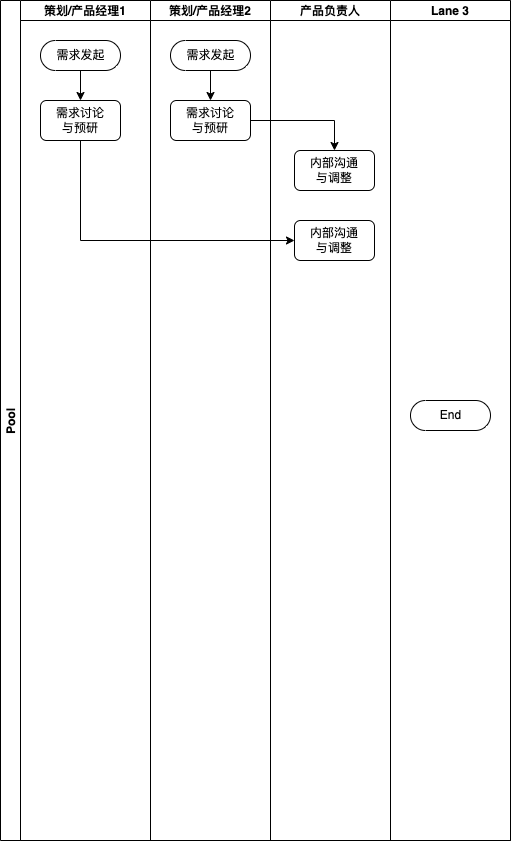
This is Untitled Diagram.drawio.png from derek964/the-economist-ebooks, a draw.io export, as it was before one commit. Source tidied: cells renumbered, new cells last; positions are measured from the earlier drawing's top-left corner, leaving out a move shared by most shapes.
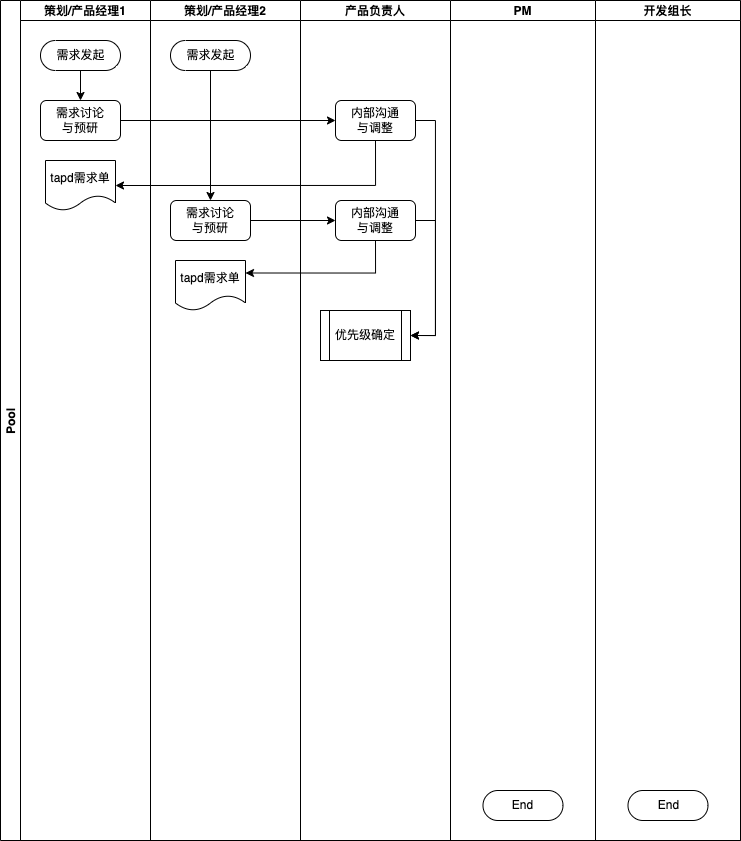
The same file after the commit.

What changed in the source:
```diff
@@ -3,7 +3,7 @@
     <mxCell id="0" />
     <mxCell id="1" parent="0" />
     <mxCell id="2" value="Pool" style="swimlane;startSize=20;horizontal=0;" parent="1" vertex="1">
-      <mxGeometry width="510" height="840" as="geometry" />
+      <mxGeometry width="740" height="840" as="geometry" />
     </mxCell>
     <mxCell id="3" value="策划/产品经理1" style="swimlane;startSize=20;" parent="2" vertex="1">
       <mxGeometry x="20" width="130" height="840" as="geometry" />
@@ -17,38 +17,70 @@
     <mxCell id="6" value="需求讨论&lt;br&gt;与预研" style="rounded=1;whiteSpace=wrap;html=1;" parent="3" vertex="1">
       <mxGeometry x="20" y="100" width="80" height="40" as="geometry" />
     </mxCell>
+    <mxCell id="18" value="tapd需求单" style="shape=document;whiteSpace=wrap;html=1;boundedLbl=1;" parent="3" vertex="1">
+      <mxGeometry x="25" y="160" width="70" height="50" as="geometry" />
+    </mxCell>
     <mxCell id="7" value="策划/产品经理2" style="swimlane;startSize=20;" parent="2" vertex="1">
-      <mxGeometry x="150" width="120" height="840" as="geometry" />
+      <mxGeometry x="150" width="150" height="840" as="geometry" />
     </mxCell>
     <mxCell id="8" value="需求发起" style="html=1;dashed=0;whitespace=wrap;shape=mxgraph.dfd.start;" parent="7" vertex="1">
       <mxGeometry x="20" y="40" width="80" height="30" as="geometry" />
     </mxCell>
     <mxCell id="9" value="需求讨论&lt;br&gt;与预研" style="rounded=1;whiteSpace=wrap;html=1;" parent="7" vertex="1">
-      <mxGeometry x="20" y="100" width="80" height="40" as="geometry" />
+      <mxGeometry x="20" y="200" width="80" height="40" as="geometry" />
     </mxCell>
     <mxCell id="10" style="edgeStyle=orthogonalEdgeStyle;rounded=0;jettySize=auto;html=1;" parent="7" edge="1" source="8" target="9">
       <mxGeometry relative="1" as="geometry" />
     </mxCell>
+    <mxCell id="19" value="tapd需求单" style="shape=document;whiteSpace=wrap;html=1;boundedLbl=1;" parent="7" vertex="1">
+      <mxGeometry x="25" y="260" width="70" height="50" as="geometry" />
+    </mxCell>
+    <mxCell id="16" style="edgeStyle=orthogonalEdgeStyle;rounded=0;jettySize=auto;html=1;" parent="2" edge="1" source="9" target="12">
+      <mxGeometry relative="1" as="geometry" />
+    </mxCell>
     <mxCell id="11" value="产品负责人" style="swimlane;startSize=20;" parent="2" vertex="1">
-      <mxGeometry x="270" width="120" height="840" as="geometry" />
+      <mxGeometry x="300" width="150" height="840" as="geometry" />
     </mxCell>
+    <mxCell id="20" style="edgeStyle=orthogonalEdgeStyle;rounded=0;jettySize=auto;html=1;exitX=1;exitY=0.5;exitDx=0;exitDy=0;entryX=1;entryY=0.5;entryDx=0;entryDy=0;" parent="11" edge="1" source="12" target="22">
+      <mxGeometry relative="1" as="geometry" />
+    </mxCell>
+    <mxCell id="13" value="内部沟通&lt;br&gt;与调整" style="rounded=1;whiteSpace=wrap;html=1;" parent="11" vertex="1">
+      <mxGeometry x="35" y="100" width="80" height="40" as="geometry" />
+    </mxCell>
     <mxCell id="12" value="内部沟通&lt;br&gt;与调整" style="rounded=1;whiteSpace=wrap;html=1;" parent="11" vertex="1">
-      <mxGeometry x="24" y="150" width="80" height="40" as="geometry" />
+      <mxGeometry x="35" y="200" width="80" height="40" as="geometry" />
     </mxCell>
-    <mxCell id="13" value="内部沟通&lt;br&gt;与调整" style="rounded=1;whiteSpace=wrap;html=1;" parent="11" vertex="1">
-      <mxGeometry x="24" y="220" width="80" height="40" as="geometry" />
-    </mxCell>
+    <mxCell id="21" style="edgeStyle=orthogonalEdgeStyle;rounded=0;jettySize=auto;html=1;exitX=1;exitY=0.5;exitDx=0;exitDy=0;entryX=1;entryY=0.5;entryDx=0;entryDy=0;" parent="11" edge="1" source="13" target="22">
+      <mxGeometry relative="1" as="geometry">
+        <Array as="points">
+          <mxPoint x="135" y="120" />
+          <mxPoint x="135" y="335" />
+        </Array>
+      </mxGeometry>
+    </mxCell>
+    <mxCell id="22" value="优先级确定" style="shape=process;whiteSpace=wrap;html=1;backgroundOutline=1;" parent="11" vertex="1">
+      <mxGeometry x="20" y="310" width="90" height="50" as="geometry" />
+    </mxCell>
-    <mxCell id="14" value="Lane 3" style="swimlane;startSize=20;" parent="2" vertex="1">
-      <mxGeometry x="390" width="120" height="840" as="geometry" />
+    <mxCell id="14" value="PM" style="swimlane;startSize=20;" parent="2" vertex="1">
+      <mxGeometry x="450" width="145" height="840" as="geometry" />
     </mxCell>
     <mxCell id="15" value="End" style="html=1;dashed=0;whitespace=wrap;shape=mxgraph.dfd.start;" parent="14" vertex="1">
-      <mxGeometry x="20" y="400" width="80" height="30" as="geometry" />
+      <mxGeometry x="32.5" y="790" width="80" height="30" as="geometry" />
     </mxCell>
-    <mxCell id="16" style="edgeStyle=orthogonalEdgeStyle;rounded=0;jettySize=auto;html=1;" parent="2" edge="1" source="9" target="12">
-      <mxGeometry relative="1" as="geometry" />
-    </mxCell>
+    <mxCell id="23" value="开发组长" style="swimlane;startSize=20;" parent="2" vertex="1">
+      <mxGeometry x="595" width="145" height="840" as="geometry" />
+    </mxCell>
+    <mxCell id="24" value="End" style="html=1;dashed=0;whitespace=wrap;shape=mxgraph.dfd.start;" parent="23" vertex="1">
+      <mxGeometry x="32.5" y="790" width="80" height="30" as="geometry" />
+    </mxCell>
-    <mxCell id="17" style="edgeStyle=orthogonalEdgeStyle;rounded=0;jettySize=auto;html=1;entryX=0;entryY=0.5;entryDx=0;entryDy=0;exitX=0.5;exitY=1;exitDx=0;exitDy=0;" parent="2" edge="1" source="6" target="13">
+    <mxCell id="17" style="edgeStyle=orthogonalEdgeStyle;rounded=0;jettySize=auto;html=1;entryX=0;entryY=0.5;entryDx=0;entryDy=0;exitX=1;exitY=0.5;exitDx=0;exitDy=0;" parent="2" edge="1" source="6" target="13">
       <mxGeometry relative="1" as="geometry" />
     </mxCell>
+    <mxCell id="25" style="edgeStyle=orthogonalEdgeStyle;rounded=0;jettySize=auto;html=1;entryX=1;entryY=0.5;entryDx=0;entryDy=0;exitX=0.5;exitY=1;exitDx=0;exitDy=0;" parent="2" edge="1" source="13" target="18">
+      <mxGeometry relative="1" as="geometry" />
+    </mxCell>
+    <mxCell id="26" style="edgeStyle=orthogonalEdgeStyle;rounded=0;jettySize=auto;html=1;startArrow=none;entryX=1;entryY=0.25;entryDx=0;entryDy=0;exitX=0.5;exitY=1;exitDx=0;exitDy=0;" parent="2" edge="1" source="12" target="19">
+      <mxGeometry relative="1" as="geometry" />
+    </mxCell>
   </root>
 </mxGraphModel>
```
